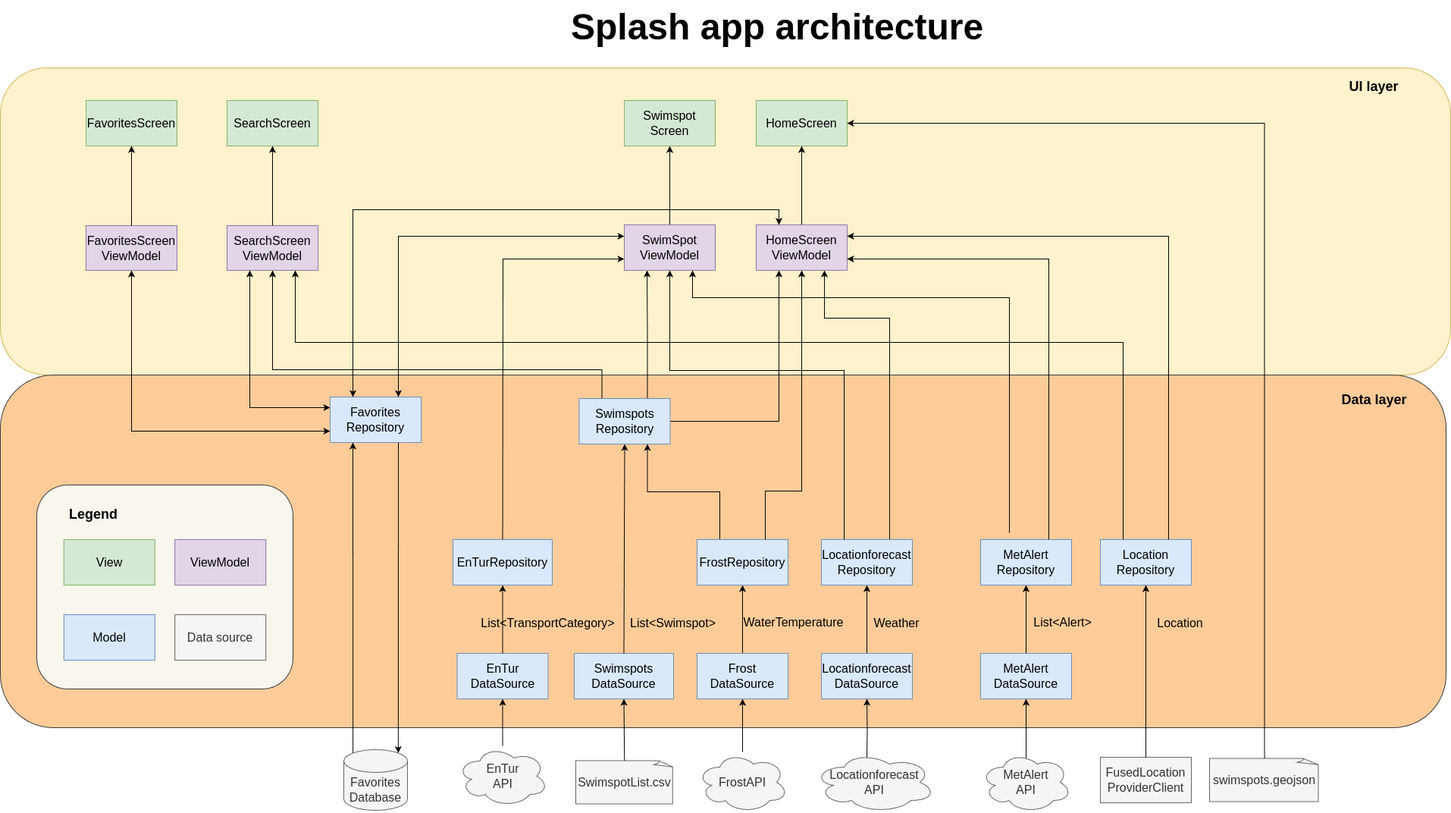
The draw.io diagram docs/architecture-diagram.png in hgkald/splash-app, before a commit. Source tidied: cells renumbered, new cells last; positions are measured from the earlier drawing's top-left corner, leaving out a move shared by most shapes.
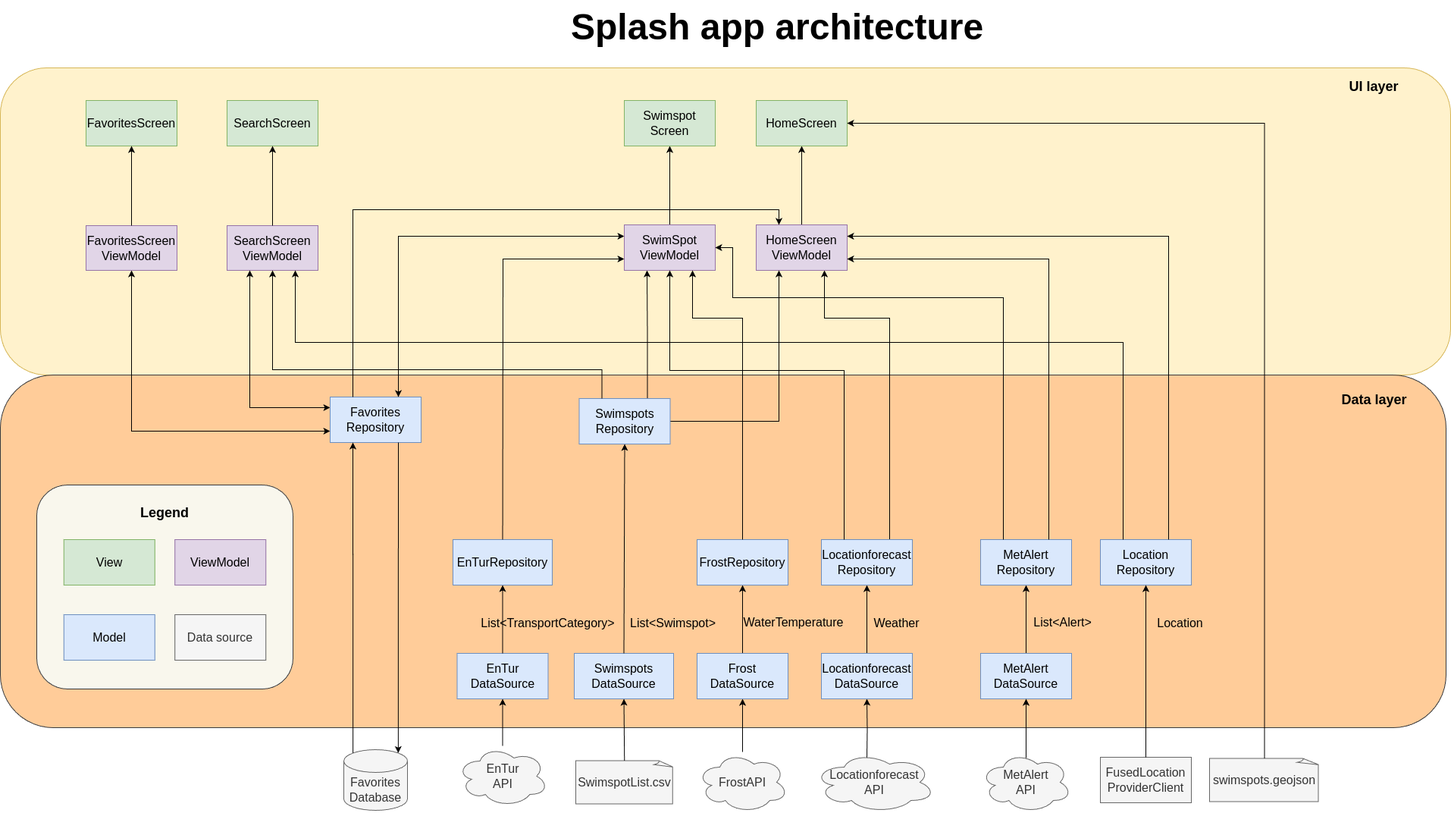
Later version of the same file.

What changed in the source:
```diff
@@ -46,9 +46,6 @@
     <mxCell id="15" value="FrostAPI" style="ellipse;shape=cloud;whiteSpace=wrap;html=1;fillColor=#f5f5f5;strokeColor=#666666;fontColor=#333333;" parent="1" vertex="1">
       <mxGeometry x="919" y="991" width="120" height="80" as="geometry" />
     </mxCell>
-    <mxCell id="16" style="edgeStyle=orthogonalEdgeStyle;rounded=0;jettySize=auto;html=1;exitX=0.25;exitY=0;exitDx=0;exitDy=0;entryX=0.75;entryY=1;entryDx=0;entryDy=0;" parent="1" edge="1" source="17" target="36">
-      <mxGeometry relative="1" as="geometry" />
-    </mxCell>
     <mxCell id="17" value="FrostRepository" style="rounded=0;whiteSpace=wrap;html=1;fillColor=#dae8fc;strokeColor=#6c8ebf;" parent="1" vertex="1">
       <mxGeometry x="919" y="711" width="120" height="60" as="geometry" />
     </mxCell>
@@ -103,11 +100,11 @@
     <mxCell id="31" value="Swimspot&lt;div&gt;Screen&lt;/div&gt;" style="rounded=0;whiteSpace=wrap;html=1;fillColor=#d5e8d4;strokeColor=#82b366;" parent="1" vertex="1">
       <mxGeometry x="823" y="132" width="120" height="60" as="geometry" />
     </mxCell>
-    <mxCell id="32" style="edgeStyle=orthogonalEdgeStyle;rounded=0;jettySize=auto;html=1;exitX=0.75;exitY=0;exitDx=0;exitDy=0;" parent="1" edge="1" source="17" target="22">
+    <mxCell id="32" style="edgeStyle=orthogonalEdgeStyle;rounded=0;jettySize=auto;html=1;exitX=0.5;exitY=0;exitDx=0;exitDy=0;entryX=0.75;entryY=1;entryDx=0;entryDy=0;" parent="1" edge="1" source="17" target="30">
       <mxGeometry relative="1" as="geometry">
         <Array as="points">
-          <mxPoint x="1009" y="647" />
-          <mxPoint x="1057" y="647" />
+          <mxPoint x="979" y="419" />
+          <mxPoint x="913" y="419" />
         </Array>
       </mxGeometry>
     </mxCell>
@@ -219,7 +216,7 @@
         </Array>
       </mxGeometry>
     </mxCell>
-    <mxCell id="61" style="startArrow=classic;edgeStyle=orthogonalEdgeStyle;rounded=0;jettySize=auto;html=1;exitX=0.25;exitY=0;exitDx=0;exitDy=0;entryX=0.25;entryY=0;entryDx=0;entryDy=0;" parent="1" edge="1" source="22" target="38">
+    <mxCell id="61" style="startArrow=classic;endArrow=none;edgeStyle=orthogonalEdgeStyle;rounded=0;jettySize=auto;html=1;exitX=0.25;exitY=0;exitDx=0;exitDy=0;entryX=0.25;entryY=0;entryDx=0;entryDy=0;" parent="1" edge="1" source="22" target="38">
       <mxGeometry relative="1" as="geometry" />
     </mxCell>
     <mxCell id="62" style="startArrow=classic;edgeStyle=orthogonalEdgeStyle;rounded=0;jettySize=auto;html=1;exitX=0;exitY=0.25;exitDx=0;exitDy=0;entryX=0.75;entryY=0;entryDx=0;entryDy=0;" parent="1" edge="1" source="30" target="38">
@@ -279,12 +276,12 @@
         </Array>
       </mxGeometry>
     </mxCell>
-    <mxCell id="75" style="edgeStyle=orthogonalEdgeStyle;rounded=0;jettySize=auto;html=1;entryX=0.75;entryY=1;entryDx=0;entryDy=0;" parent="1" edge="1" target="30">
+    <mxCell id="75" style="edgeStyle=orthogonalEdgeStyle;rounded=0;jettySize=auto;html=1;entryX=1;entryY=0.5;entryDx=0;entryDy=0;exitX=0.25;exitY=0;exitDx=0;exitDy=0;" parent="1" edge="1" source="67" target="30">
       <mxGeometry relative="1" as="geometry">
-        <mxPoint x="1331" y="702" as="sourcePoint" />
         <Array as="points">
-          <mxPoint x="1331" y="392" />
-          <mxPoint x="913" y="392" />
+          <mxPoint x="1323" y="392" />
+          <mxPoint x="966" y="392" />
+          <mxPoint x="966" y="326" />
         </Array>
       </mxGeometry>
     </mxCell>
@@ -313,7 +310,7 @@
       <mxGeometry x="182.2" y="171" width="120" height="60" as="geometry" />
     </mxCell>
     <mxCell id="84" value="&lt;font style=&quot;font-size: 18px;&quot;&gt;&lt;b&gt;Legend&lt;/b&gt;&lt;/font&gt;" style="text;html=1;align=center;verticalAlign=middle;whiteSpace=wrap;rounded=0;" parent="78" vertex="1">
-      <mxGeometry x="45" y="24" width="60" height="30" as="geometry" />
+      <mxGeometry x="139" y="22" width="60" height="30" as="geometry" />
     </mxCell>
   </root>
 </mxGraphModel>
```
